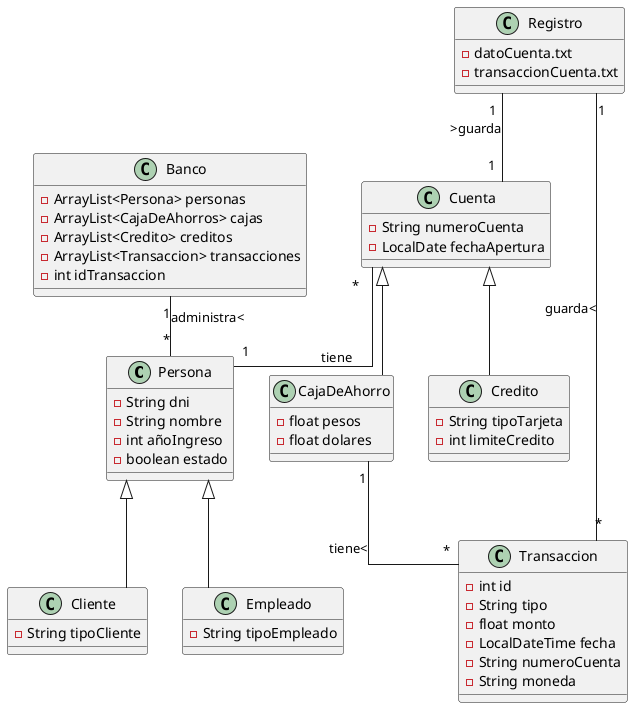
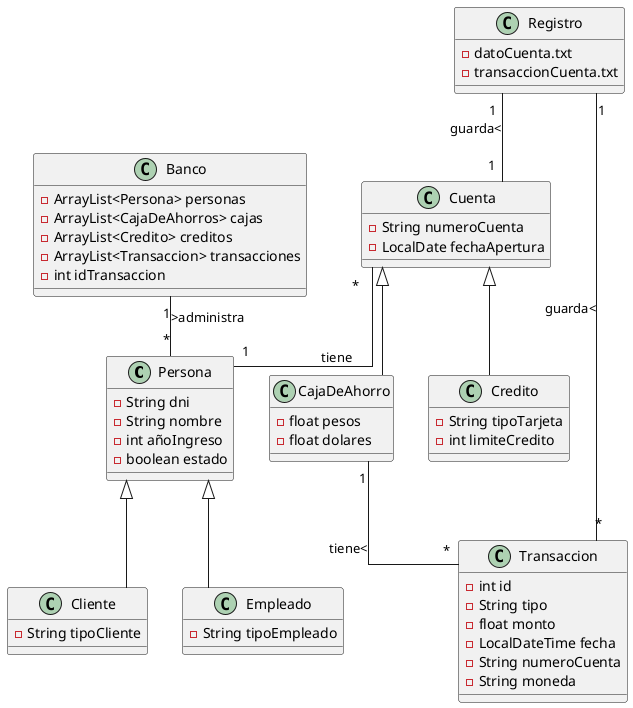
@startuml banco
skinparam linetype ortho

class Persona {
    -String dni
    -String nombre
    -int añoIngreso
    -boolean estado
}

class Cliente {
    -String tipoCliente

}

class Empleado {
    -String tipoEmpleado
}

class Cuenta {
    -String numeroCuenta
    -LocalDate fechaApertura
}

class CajaDeAhorro {
    -float pesos
    -float dolares
}

class Credito {
    -String tipoTarjeta
    -int limiteCredito
}

class Transaccion {
    -int id
    -String tipo
    -float monto
    -LocalDateTime fecha
    -String numeroCuenta
    -String moneda
}

class Registro {
    -datoCuenta.txt
    -transaccionCuenta.txt
}

class Banco {
    -ArrayList<Persona> personas
    -ArrayList<CajaDeAhorros> cajas
    -ArrayList<Credito> creditos
    -ArrayList<Transaccion> transacciones
    -int idTransaccion


}

' Relaciones de herencia
Persona <|-- Cliente
Persona <|-- Empleado
Cuenta <|-- CajaDeAhorro
Cuenta <|-- Credito

' Relaciones de asociación
Cuenta "*" -- "1" Persona : tiene
CajaDeAhorro "1  " -- "*" Transaccion : tiene<
Registro "1" -- "*" Transaccion : guarda<
- Banco "1" -- "*" Persona : administra<
- Registro "1" -- "1    " Cuenta : >guarda
+ Banco "1" -- "*" Persona : >administra
+ Registro "1" -- "1    " Cuenta : guarda<

@enduml